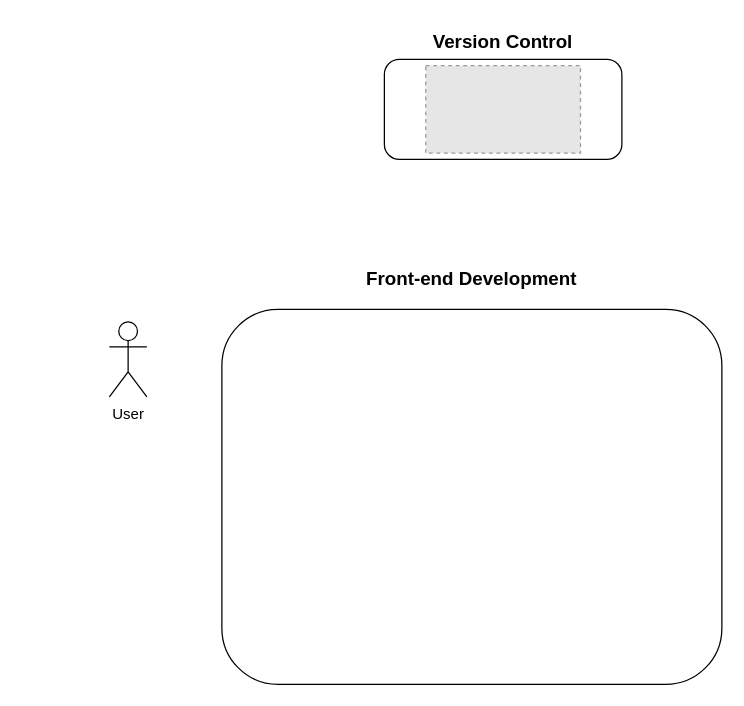
ziweiy5/comi-chatbot keeps this draw.io diagram as diagram.drawio. Above is the earlier version. Source tidied: cells renumbered, new cells numbered last; positions are measured from the earlier drawing's top-left corner, leaving out a move shared by most shapes. Both pictures are drawn from the tidied source at 125%, with x=0, y=0 at pixel (109, 21). Pictures stored in the file or linked from it are replaced by grey dashed boxes.
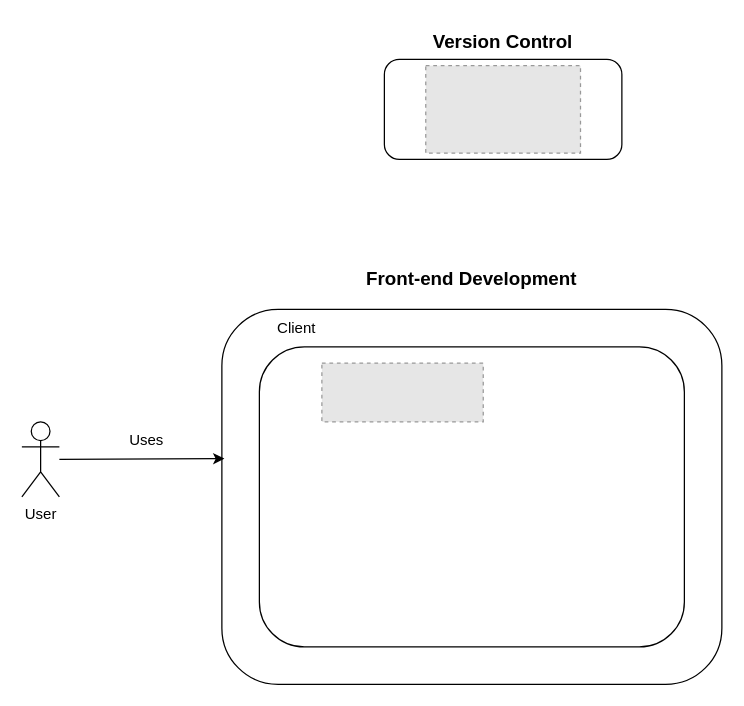
After the change.

What changed in the source:
```diff
@@
 <mxGraphModel>
   <root>
     <mxCell id="0" />
     <mxCell id="1" parent="0" />
     <mxCell id="2" value="User" style="shape=umlActor;verticalLabelPosition=bottom;verticalAlign=top;html=1;outlineConnect=0;" parent="1" vertex="1">
-      <mxGeometry y="240" width="30" height="60" as="geometry" />
+      <mxGeometry x="-70" y="320" width="30" height="60" as="geometry" />
     </mxCell>
     <mxCell id="3" style="rounded=1;whiteSpace=wrap;html=1;" parent="1" vertex="1">
       <mxGeometry x="220" y="30" width="190" height="80" as="geometry" />
     </mxCell>
     <mxCell id="4" value="&lt;font style=&quot;font-size: 15px;&quot;&gt;&lt;b style=&quot;&quot;&gt;Version Control&lt;/b&gt;&lt;/font&gt;" style="text;html=1;align=center;verticalAlign=middle;whiteSpace=wrap;rounded=0;strokeWidth=3;" parent="1" vertex="1">
       <mxGeometry x="235" width="160" height="30" as="geometry" />
     </mxCell>
     <mxCell id="5" style="fillColor=#E6E6E6;strokeColor=#999999;dashed=1;verticalLabelPosition=bottom;labelBackgroundColor=default;verticalAlign=top;" parent="1" vertex="1">
       <mxGeometry x="253.1" y="35" width="123.8" height="70" as="geometry" />
     </mxCell>
     <mxCell id="6" style="rounded=1;whiteSpace=wrap;html=1;" parent="1" vertex="1">
       <mxGeometry x="90" y="230" width="400" height="300" as="geometry" />
     </mxCell>
     <mxCell id="7" value="&lt;font style=&quot;font-size: 15px;&quot;&gt;&lt;b&gt;Front-end Development&lt;/b&gt;&lt;/font&gt;" style="text;html=1;align=center;verticalAlign=middle;whiteSpace=wrap;rounded=0;" parent="1" vertex="1">
       <mxGeometry x="195" y="190" width="190" height="30" as="geometry" />
     </mxCell>
+    <mxCell id="8" style="rounded=1;whiteSpace=wrap;html=1;" parent="1" vertex="1">
+      <mxGeometry x="120" y="260" width="340" height="240" as="geometry" />
+    </mxCell>
+    <mxCell id="9" value=" Client" style="text;html=1;align=center;verticalAlign=middle;whiteSpace=wrap;rounded=0;" parent="1" vertex="1">
+      <mxGeometry x="120" y="230" width="60" height="30" as="geometry" />
+    </mxCell>
+    <mxCell id="10" style="endArrow=classic;html=1;rounded=0;entryX=0.005;entryY=0.398;entryDx=0;entryDy=0;entryPerimeter=0;" parent="1" edge="1" source="2" target="6">
+      <mxGeometry relative="1" as="geometry" />
+    </mxCell>
+    <mxCell id="11" value="Uses" style="text;html=1;align=center;verticalAlign=middle;whiteSpace=wrap;rounded=0;" parent="1" vertex="1">
+      <mxGeometry y="320" width="60" height="30" as="geometry" />
+    </mxCell>
+    <mxCell id="12" style="fillColor=#E6E6E6;strokeColor=#999999;dashed=1;verticalLabelPosition=bottom;labelBackgroundColor=default;verticalAlign=top;" parent="1" vertex="1">
+      <mxGeometry x="170" y="273" width="129.1" height="47" as="geometry" />
+    </mxCell>
   </root>
 </mxGraphModel>
```
